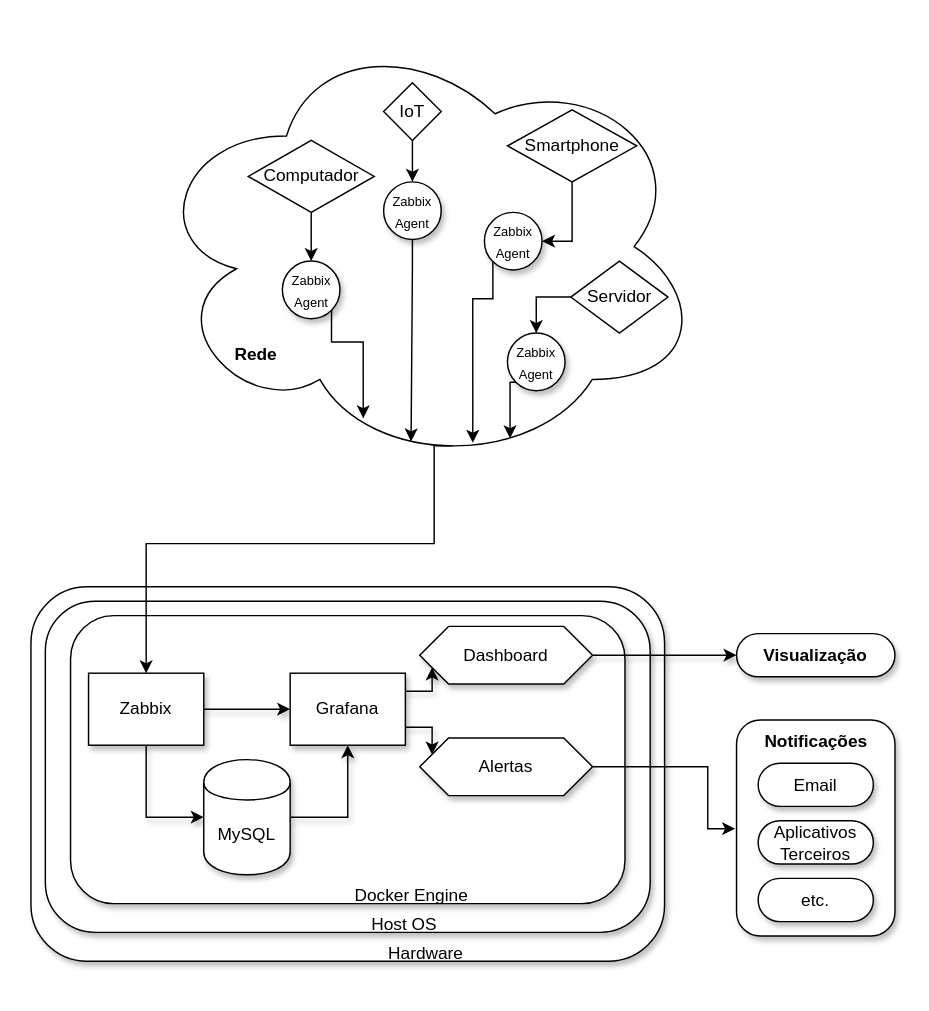
Above: texto/Diagrams/v2-zabbix/v2_diagram_with_layers.drawio in vitorco7/saturmon (draw.io), before the change. Source tidied: cells renumbered, new cells numbered last; positions are measured from the earlier drawing's top-left corner, leaving out a move shared by most shapes. Both pictures are drawn from the tidied source at 144%, with x=0, y=0 at pixel (30, 24).
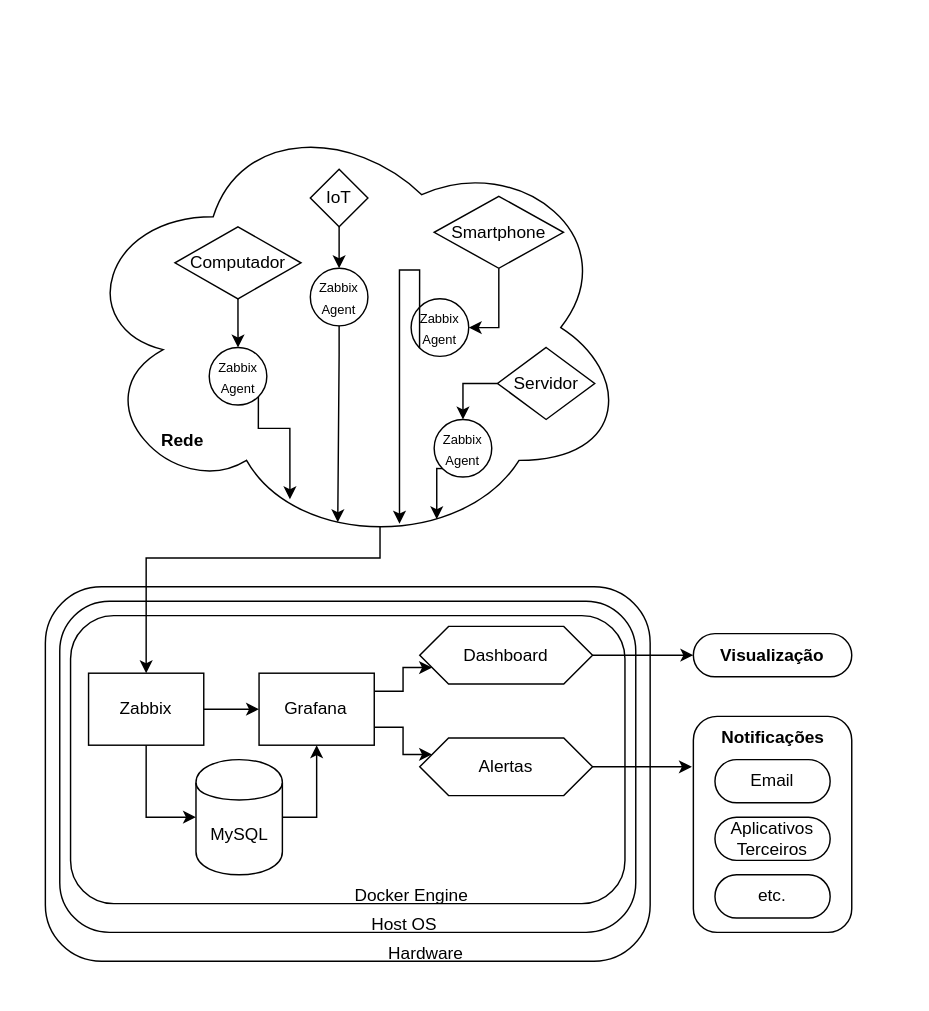
The same page after the edit.

Diff of the diagram source:
```diff
@@
-    <mxCell id="2" style="rounded=1;whiteSpace=wrap;html=1;shadow=1;fixDash=0;backgroundOutline=0;movableLabel=0;fixedWidth=0;comic=0;" parent="1" vertex="1">
-      <mxGeometry y="390" width="440" height="260" as="geometry" />
+    <mxCell id="2" style="rounded=1;whiteSpace=wrap;html=1;shadow=0;fixDash=0;backgroundOutline=0;movableLabel=0;fixedWidth=0;comic=0;" parent="1" vertex="1">
+      <mxGeometry x="10" y="390" width="420" height="260" as="geometry" />
     </mxCell>
-    <mxCell id="3" style="rounded=1;whiteSpace=wrap;html=1;shadow=1;fixDash=0;backgroundOutline=0;movableLabel=0;fixedWidth=0;comic=0;" parent="1" vertex="1">
-      <mxGeometry x="10" y="400" width="420" height="230" as="geometry" />
+    <mxCell id="3" style="rounded=1;whiteSpace=wrap;html=1;shadow=0;fixDash=0;backgroundOutline=0;movableLabel=0;fixedWidth=0;comic=0;" parent="1" vertex="1">
+      <mxGeometry x="20" y="400" width="400" height="230" as="geometry" />
     </mxCell>
-    <mxCell id="4" style="rounded=1;whiteSpace=wrap;html=1;shadow=1;glass=0;perimeterSpacing=1;" parent="1" vertex="1">
+    <mxCell id="4" style="rounded=1;whiteSpace=wrap;html=1;shadow=0;glass=0;perimeterSpacing=1;" parent="1" vertex="1">
       <mxGeometry x="27.5" y="410" width="385" height="200" as="geometry" />
     </mxCell>
     <mxCell id="5" style="edgeStyle=orthogonalEdgeStyle;rounded=0;jettySize=auto;html=1;exitX=0.55;exitY=0.95;exitDx=0;exitDy=0;exitPerimeter=0;entryX=0.5;entryY=0;entryDx=0;entryDy=0;" parent="1" edge="1" source="6" target="9">
       <mxGeometry relative="1" as="geometry">
         <Array as="points">
-          <mxPoint x="280" y="292" />
-          <mxPoint x="280" y="360" />
-          <mxPoint x="80" y="360" />
+          <mxPoint x="242" y="370" />
+          <mxPoint x="80" y="370" />
         </Array>
       </mxGeometry>
     </mxCell>
-    <mxCell id="6" style="ellipse;shape=cloud;whiteSpace=wrap;html=1;rotation=0;" parent="1" vertex="1">
-      <mxGeometry x="80.9" width="386.2" height="307.5" as="geometry" />
+    <mxCell id="6" style="ellipse;shape=cloud;whiteSpace=wrap;html=1;rotation=0;shadow=0;" parent="1" vertex="1">
+      <mxGeometry x="30" y="56.2" width="386.2" height="307.5" as="geometry" />
     </mxCell>
-    <mxCell id="7" style="edgeStyle=orthogonalEdgeStyle;rounded=0;jettySize=auto;html=1;exitX=0.5;exitY=1;exitDx=0;exitDy=0;entryX=0;entryY=0.5;entryDx=0;entryDy=0;shadow=1;" parent="1" edge="1" source="9" target="14">
+    <mxCell id="7" style="edgeStyle=orthogonalEdgeStyle;rounded=0;jettySize=auto;html=1;exitX=0.5;exitY=1;exitDx=0;exitDy=0;entryX=0;entryY=0.5;entryDx=0;entryDy=0;shadow=0;" parent="1" edge="1" source="9" target="14">
       <mxGeometry relative="1" as="geometry" />
     </mxCell>
-    <mxCell id="8" style="edgeStyle=orthogonalEdgeStyle;rounded=0;jettySize=auto;html=1;exitX=1;exitY=0.5;exitDx=0;exitDy=0;entryX=0;entryY=0.5;entryDx=0;entryDy=0;shadow=1;" parent="1" edge="1" source="9" target="12">
+    <mxCell id="8" style="edgeStyle=orthogonalEdgeStyle;rounded=0;jettySize=auto;html=1;exitX=1;exitY=0.5;exitDx=0;exitDy=0;entryX=0;entryY=0.5;entryDx=0;entryDy=0;shadow=0;" parent="1" edge="1" source="9" target="12">
       <mxGeometry relative="1" as="geometry" />
     </mxCell>
-    <mxCell id="9" value="&lt;div&gt;Zabbix&lt;/div&gt;" style="html=1;whiteSpace=wrap;shadow=1;" parent="1" vertex="1">
+    <mxCell id="9" value="&lt;div&gt;Zabbix&lt;/div&gt;" style="html=1;whiteSpace=wrap;shadow=0;" parent="1" vertex="1">
       <mxGeometry x="40" y="450" width="80" height="50" as="geometry" />
     </mxCell>
-    <mxCell id="10" style="edgeStyle=orthogonalEdgeStyle;rounded=0;jettySize=auto;html=1;exitX=1;exitY=0.25;exitDx=0;exitDy=0;entryX=0;entryY=0.75;entryDx=0;entryDy=0;shadow=1;" parent="1" edge="1" source="12" target="15">
+    <mxCell id="10" style="edgeStyle=orthogonalEdgeStyle;rounded=0;jettySize=auto;html=1;exitX=1;exitY=0.25;exitDx=0;exitDy=0;entryX=0;entryY=0.75;entryDx=0;entryDy=0;shadow=0;" parent="1" edge="1" source="12" target="15">
       <mxGeometry relative="1" as="geometry" />
     </mxCell>
-    <mxCell id="11" style="edgeStyle=orthogonalEdgeStyle;rounded=0;jettySize=auto;html=1;exitX=1;exitY=0.75;exitDx=0;exitDy=0;entryX=0;entryY=0.25;entryDx=0;entryDy=0;shadow=1;" parent="1" edge="1" source="12" target="17">
+    <mxCell id="11" style="edgeStyle=orthogonalEdgeStyle;rounded=0;jettySize=auto;html=1;exitX=1;exitY=0.75;exitDx=0;exitDy=0;entryX=0;entryY=0.25;entryDx=0;entryDy=0;shadow=0;" parent="1" edge="1" source="12" target="17">
       <mxGeometry relative="1" as="geometry" />
     </mxCell>
-    <mxCell id="12" value="&lt;div&gt;Grafana&lt;/div&gt;" style="html=1;whiteSpace=wrap;shadow=1;" parent="1" vertex="1">
-      <mxGeometry x="180" y="450" width="80" height="50" as="geometry" />
+    <mxCell id="12" value="&lt;div&gt;Grafana&lt;/div&gt;" style="html=1;whiteSpace=wrap;shadow=0;" parent="1" vertex="1">
+      <mxGeometry x="158.4" y="450" width="80" height="50" as="geometry" />
     </mxCell>
-    <mxCell id="13" style="edgeStyle=orthogonalEdgeStyle;rounded=0;jettySize=auto;html=1;exitX=1;exitY=0.5;exitDx=0;exitDy=0;entryX=0.5;entryY=1;entryDx=0;entryDy=0;shadow=1;" parent="1" edge="1" source="14" target="12">
+    <mxCell id="13" style="edgeStyle=orthogonalEdgeStyle;rounded=0;jettySize=auto;html=1;exitX=1;exitY=0.5;exitDx=0;exitDy=0;entryX=0.5;entryY=1;entryDx=0;entryDy=0;" parent="1" edge="1" source="14" target="12">
       <mxGeometry relative="1" as="geometry" />
     </mxCell>
-    <mxCell id="14" value="MySQL" style="shape=cylinder;whiteSpace=wrap;html=1;boundedLbl=1;backgroundOutline=1;shadow=1;" parent="1" vertex="1">
-      <mxGeometry x="120" y="510" width="60" height="80" as="geometry" />
+    <mxCell id="14" value="MySQL" style="shape=cylinder;whiteSpace=wrap;html=1;boundedLbl=1;backgroundOutline=1;shadow=0;" parent="1" vertex="1">
+      <mxGeometry x="114.6" y="510" width="60" height="80" as="geometry" />
     </mxCell>
-    <mxCell id="15" value="&lt;div&gt;Dashboard&lt;/div&gt;" style="shape=hexagon;perimeter=hexagonPerimeter2;whiteSpace=wrap;html=1;fixedSize=1;shadow=1;" parent="1" vertex="1">
+    <mxCell id="15" value="&lt;div&gt;Dashboard&lt;/div&gt;" style="shape=hexagon;perimeter=hexagonPerimeter2;whiteSpace=wrap;html=1;fixedSize=1;shadow=0;" parent="1" vertex="1">
       <mxGeometry x="270" y="417.5" width="120" height="40" as="geometry" />
     </mxCell>
-    <mxCell id="16" style="edgeStyle=orthogonalEdgeStyle;rounded=0;jettySize=auto;html=1;exitX=1;exitY=0.5;exitDx=0;exitDy=0;" parent="1" edge="1" source="17" target="24">
+    <mxCell id="16" style="edgeStyle=orthogonalEdgeStyle;rounded=0;jettySize=auto;html=1;exitX=1;exitY=0.5;exitDx=0;exitDy=0;shadow=0;" parent="1" edge="1" source="17" target="24">
       <mxGeometry relative="1" as="geometry">
         <Array as="points">
           <mxPoint x="470" y="515" />
           <mxPoint x="470" y="558" />
         </Array>
       </mxGeometry>
     </mxCell>
-    <mxCell id="17" value="&lt;div&gt;Alertas&lt;/div&gt;" style="shape=hexagon;perimeter=hexagonPerimeter2;whiteSpace=wrap;html=1;fixedSize=1;shadow=1;" parent="1" vertex="1">
+    <mxCell id="17" value="&lt;div&gt;Alertas&lt;/div&gt;" style="shape=hexagon;perimeter=hexagonPerimeter2;whiteSpace=wrap;html=1;fixedSize=1;shadow=0;" parent="1" vertex="1">
       <mxGeometry x="270" y="495" width="120" height="40" as="geometry" />
     </mxCell>
-    <mxCell id="18" value="&lt;div&gt;Hardware&lt;/div&gt;" style="text;html=1;align=center;verticalAlign=middle;strokeColor=none;fillColor=none;shadow=1;" parent="1" vertex="1">
+    <mxCell id="18" value="&lt;div&gt;Hardware&lt;/div&gt;" style="text;html=1;align=center;verticalAlign=middle;strokeColor=none;fillColor=none;shadow=0;" parent="1" vertex="1">
       <mxGeometry x="234" y="630" width="80" height="30" as="geometry" />
     </mxCell>
-    <mxCell id="19" value="Host OS" style="text;html=1;align=center;verticalAlign=middle;strokeColor=none;fillColor=none;shadow=1;" parent="1" vertex="1">
+    <mxCell id="19" value="Host OS" style="text;html=1;align=center;verticalAlign=middle;strokeColor=none;fillColor=none;shadow=0;" parent="1" vertex="1">
       <mxGeometry x="224" y="610" width="70" height="30" as="geometry" />
     </mxCell>
-    <mxCell id="20" value="&lt;div&gt;&lt;b&gt;Visualização&lt;/b&gt;&lt;/div&gt;" style="html=1;dashed=0;whiteSpace=wrap;shape=mxgraph.dfd.start;shadow=1;" parent="1" vertex="1">
-      <mxGeometry x="490" y="422.5" width="110" height="30" as="geometry" />
+    <mxCell id="20" value="&lt;div&gt;&lt;b&gt;Visualização&lt;/b&gt;&lt;/div&gt;" style="html=1;dashed=0;whiteSpace=wrap;shape=mxgraph.dfd.start;shadow=0;" parent="1" vertex="1">
+      <mxGeometry x="460" y="422.5" width="110" height="30" as="geometry" />
     </mxCell>
-    <mxCell id="21" style="edgeStyle=orthogonalEdgeStyle;rounded=0;jettySize=auto;html=1;exitX=1;exitY=0.5;exitDx=0;exitDy=0;entryX=0;entryY=0.5;entryDx=0;entryDy=0;entryPerimeter=0;shadow=1;" parent="1" edge="1" source="15" target="20">
+    <mxCell id="21" style="edgeStyle=orthogonalEdgeStyle;rounded=0;jettySize=auto;html=1;exitX=1;exitY=0.5;exitDx=0;exitDy=0;entryX=0;entryY=0.5;entryDx=0;entryDy=0;entryPerimeter=0;shadow=0;" parent="1" edge="1" source="15" target="20">
       <mxGeometry relative="1" as="geometry" />
     </mxCell>
-    <mxCell id="22" value="&lt;div&gt;Docker Engine&lt;/div&gt;" style="text;html=1;align=center;verticalAlign=middle;strokeColor=none;fillColor=none;" parent="1" vertex="1">
+    <mxCell id="22" value="&lt;div&gt;Docker Engine&lt;/div&gt;" style="text;html=1;align=center;verticalAlign=middle;strokeColor=none;fillColor=none;shadow=0;" parent="1" vertex="1">
       <mxGeometry x="214" y="590" width="100" height="30" as="geometry" />
     </mxCell>
-    <mxCell id="23" value="&lt;div&gt;&lt;font style=&quot;font-size: 9px;&quot;&gt;Zabbix Agent&lt;/font&gt;&lt;/div&gt;" style="ellipse;whiteSpace=wrap;html=1;shadow=1;" parent="1" vertex="1">
-      <mxGeometry x="174.6" y="163.8" width="40" height="40" as="geometry" />
+    <mxCell id="23" value="&lt;div&gt;&lt;font style=&quot;font-size: 9px;&quot;&gt;Zabbix Agent&lt;/font&gt;&lt;/div&gt;" style="ellipse;whiteSpace=wrap;html=1;shadow=0;" parent="1" vertex="1">
+      <mxGeometry x="123.8" y="223.8" width="40" height="40" as="geometry" />
     </mxCell>
-    <mxCell id="24" style="rounded=1;whiteSpace=wrap;html=1;shadow=1;glass=0;perimeterSpacing=1;" parent="1" vertex="1">
-      <mxGeometry x="490" y="482.5" width="110" height="150" as="geometry" />
+    <mxCell id="24" style="rounded=1;whiteSpace=wrap;html=1;shadow=0;glass=0;perimeterSpacing=1;" parent="1" vertex="1">
+      <mxGeometry x="460" y="480" width="110" height="150" as="geometry" />
     </mxCell>
-    <mxCell id="25" value="Email" style="html=1;dashed=0;whiteSpace=wrap;shape=mxgraph.dfd.start;shadow=1;" parent="1" vertex="1">
-      <mxGeometry x="505" y="512.5" width="80" height="30" as="geometry" />
+    <mxCell id="25" value="Email" style="html=1;dashed=0;whiteSpace=wrap;shape=mxgraph.dfd.start;shadow=0;" parent="1" vertex="1">
+      <mxGeometry x="475" y="510" width="80" height="30" as="geometry" />
     </mxCell>
-    <mxCell id="26" value="&lt;div&gt;Aplicativos Terceiros&lt;/div&gt;" style="html=1;dashed=0;whiteSpace=wrap;shape=mxgraph.dfd.start;shadow=1;" parent="1" vertex="1">
-      <mxGeometry x="505" y="552.5" width="80" height="30" as="geometry" />
+    <mxCell id="26" value="&lt;div&gt;Aplicativos Terceiros&lt;/div&gt;" style="html=1;dashed=0;whiteSpace=wrap;shape=mxgraph.dfd.start;shadow=0;" parent="1" vertex="1">
+      <mxGeometry x="475" y="550" width="80" height="30" as="geometry" />
     </mxCell>
-    <mxCell id="27" value="&lt;div&gt;etc.&lt;/div&gt;" style="html=1;dashed=0;whiteSpace=wrap;shape=mxgraph.dfd.start;shadow=1;" parent="1" vertex="1">
-      <mxGeometry x="505" y="592.5" width="80" height="30" as="geometry" />
+    <mxCell id="27" value="&lt;div&gt;etc.&lt;/div&gt;" style="html=1;dashed=0;whiteSpace=wrap;shape=mxgraph.dfd.start;shadow=0;" parent="1" vertex="1">
+      <mxGeometry x="475" y="590" width="80" height="30" as="geometry" />
     </mxCell>
-    <mxCell id="28" value="&lt;div&gt;&lt;b&gt;Notificações&lt;/b&gt;&lt;/div&gt;" style="text;html=1;align=center;verticalAlign=middle;strokeColor=none;fillColor=none;" parent="1" vertex="1">
-      <mxGeometry x="500" y="482.5" width="90" height="30" as="geometry" />
+    <mxCell id="28" value="&lt;div&gt;&lt;b&gt;Notificações&lt;/b&gt;&lt;/div&gt;" style="text;html=1;align=center;verticalAlign=middle;strokeColor=none;fillColor=none;shadow=0;" parent="1" vertex="1">
+      <mxGeometry x="470" y="480" width="90" height="30" as="geometry" />
     </mxCell>
-    <mxCell id="29" value="&lt;div&gt;&lt;font style=&quot;font-size: 9px;&quot;&gt;Zabbix Agent&lt;/font&gt;&lt;/div&gt;" style="ellipse;whiteSpace=wrap;html=1;shadow=1;" parent="1" vertex="1">
-      <mxGeometry x="244.9" y="108.8" width="40" height="40" as="geometry" />
+    <mxCell id="29" value="&lt;div&gt;&lt;font style=&quot;font-size: 9px;&quot;&gt;Zabbix Agent&lt;/font&gt;&lt;/div&gt;" style="ellipse;whiteSpace=wrap;html=1;shadow=0;" parent="1" vertex="1">
+      <mxGeometry x="194" y="168.8" width="40" height="40" as="geometry" />
     </mxCell>
-    <mxCell id="30" value="&lt;div&gt;&lt;font style=&quot;font-size: 9px;&quot;&gt;Zabbix Agent&lt;/font&gt;&lt;/div&gt;" style="ellipse;whiteSpace=wrap;html=1;shadow=1;" parent="1" vertex="1">
-      <mxGeometry x="314.9" y="130" width="40" height="40" as="geometry" />
+    <mxCell id="30" value="&lt;div&gt;&lt;font style=&quot;font-size: 9px;&quot;&gt;Zabbix Agent&lt;/font&gt;&lt;/div&gt;" style="ellipse;whiteSpace=wrap;html=1;shadow=0;" parent="1" vertex="1">
+      <mxGeometry x="264" y="190" width="40" height="40" as="geometry" />
     </mxCell>
-    <mxCell id="31" style="edgeStyle=orthogonalEdgeStyle;rounded=0;jettySize=auto;html=1;exitX=0.5;exitY=1;exitDx=0;exitDy=0;entryX=0.5;entryY=0;entryDx=0;entryDy=0;" parent="1" edge="1" source="32" target="23">
+    <mxCell id="31" style="edgeStyle=orthogonalEdgeStyle;rounded=0;jettySize=auto;html=1;exitX=0.5;exitY=1;exitDx=0;exitDy=0;entryX=0.5;entryY=0;entryDx=0;entryDy=0;shadow=0;" parent="1" edge="1" source="32" target="23">
       <mxGeometry relative="1" as="geometry" />
     </mxCell>
-    <mxCell id="32" value="Computador" style="rhombus;whiteSpace=wrap;html=1;" parent="1" vertex="1">
-      <mxGeometry x="150.9" y="80" width="87.5" height="50" as="geometry" />
+    <mxCell id="32" value="Computador" style="rhombus;whiteSpace=wrap;html=1;shadow=0;" parent="1" vertex="1">
+      <mxGeometry x="100" y="140" width="87.5" height="50" as="geometry" />
     </mxCell>
-    <mxCell id="33" style="edgeStyle=orthogonalEdgeStyle;rounded=0;jettySize=auto;html=1;exitX=0;exitY=0.5;exitDx=0;exitDy=0;entryX=0.5;entryY=0;entryDx=0;entryDy=0;" parent="1" edge="1" source="34" target="39">
+    <mxCell id="33" style="edgeStyle=orthogonalEdgeStyle;rounded=0;jettySize=auto;html=1;exitX=0;exitY=0.5;exitDx=0;exitDy=0;entryX=0.5;entryY=0;entryDx=0;entryDy=0;shadow=0;" parent="1" edge="1" source="34" target="39">
       <mxGeometry relative="1" as="geometry" />
     </mxCell>
-    <mxCell id="34" value="&lt;div&gt;Servidor&lt;/div&gt;" style="rhombus;whiteSpace=wrap;html=1;" parent="1" vertex="1">
-      <mxGeometry x="374.9" y="163.8" width="67.5" height="50" as="geometry" />
+    <mxCell id="34" value="&lt;div&gt;Servidor&lt;/div&gt;" style="rhombus;whiteSpace=wrap;html=1;shadow=0;" parent="1" vertex="1">
+      <mxGeometry x="324" y="223.8" width="67.5" height="50" as="geometry" />
     </mxCell>
-    <mxCell id="35" style="edgeStyle=orthogonalEdgeStyle;rounded=0;jettySize=auto;html=1;exitX=0.5;exitY=1;exitDx=0;exitDy=0;entryX=1;entryY=0.5;entryDx=0;entryDy=0;" parent="1" edge="1" source="36" target="30">
+    <mxCell id="35" style="edgeStyle=orthogonalEdgeStyle;rounded=0;jettySize=auto;html=1;exitX=0.5;exitY=1;exitDx=0;exitDy=0;entryX=1;entryY=0.5;entryDx=0;entryDy=0;shadow=0;" parent="1" edge="1" source="36" target="30">
       <mxGeometry relative="1" as="geometry" />
     </mxCell>
-    <mxCell id="36" value="&lt;div&gt;Smartphone&lt;/div&gt;" style="rhombus;whiteSpace=wrap;html=1;" parent="1" vertex="1">
-      <mxGeometry x="330.9" y="58.8" width="89.8" height="50" as="geometry" />
+    <mxCell id="36" value="&lt;div&gt;Smartphone&lt;/div&gt;" style="rhombus;whiteSpace=wrap;html=1;shadow=0;" parent="1" vertex="1">
+      <mxGeometry x="280" y="118.8" width="89.8" height="50" as="geometry" />
     </mxCell>
-    <mxCell id="37" style="edgeStyle=orthogonalEdgeStyle;rounded=0;jettySize=auto;html=1;exitX=0.5;exitY=1;exitDx=0;exitDy=0;entryX=0.5;entryY=0;entryDx=0;entryDy=0;" parent="1" edge="1" source="38" target="29">
+    <mxCell id="37" style="edgeStyle=orthogonalEdgeStyle;rounded=0;jettySize=auto;html=1;exitX=0.5;exitY=1;exitDx=0;exitDy=0;entryX=0.5;entryY=0;entryDx=0;entryDy=0;shadow=0;" parent="1" edge="1" source="38" target="29">
       <mxGeometry relative="1" as="geometry" />
     </mxCell>
-    <mxCell id="38" value="IoT" style="rhombus;whiteSpace=wrap;html=1;" parent="1" vertex="1">
-      <mxGeometry x="244.9" y="40" width="40" height="40" as="geometry" />
+    <mxCell id="38" value="IoT" style="rhombus;whiteSpace=wrap;html=1;shadow=0;" parent="1" vertex="1">
+      <mxGeometry x="194" y="100" width="40" height="40" as="geometry" />
     </mxCell>
-    <mxCell id="39" value="&lt;div&gt;&lt;font style=&quot;font-size: 9px;&quot;&gt;Zabbix Agent&lt;/font&gt;&lt;/div&gt;" style="ellipse;whiteSpace=wrap;html=1;shadow=1;" parent="1" vertex="1">
-      <mxGeometry x="330.9" y="213.8" width="40" height="40" as="geometry" />
+    <mxCell id="39" value="&lt;div&gt;&lt;font style=&quot;font-size: 9px;&quot;&gt;Zabbix Agent&lt;/font&gt;&lt;/div&gt;" style="ellipse;whiteSpace=wrap;html=1;shadow=0;" parent="1" vertex="1">
+      <mxGeometry x="280" y="273.8" width="40" height="40" as="geometry" />
     </mxCell>
-    <mxCell id="40" style="edgeStyle=orthogonalEdgeStyle;rounded=0;jettySize=auto;html=1;exitX=0;exitY=1;exitDx=0;exitDy=0;entryX=0.585;entryY=0.943;entryDx=0;entryDy=0;entryPerimeter=0;" parent="1" edge="1" source="30" target="6">
+    <mxCell id="40" style="edgeStyle=orthogonalEdgeStyle;rounded=0;jettySize=auto;html=1;exitX=0;exitY=1;exitDx=0;exitDy=0;entryX=0.585;entryY=0.943;entryDx=0;entryDy=0;entryPerimeter=0;shadow=0;" parent="1" edge="1" source="30" target="6">
       <mxGeometry relative="1" as="geometry" />
     </mxCell>
-    <mxCell id="41" style="edgeStyle=orthogonalEdgeStyle;rounded=0;jettySize=auto;html=1;exitX=1;exitY=1;exitDx=0;exitDy=0;entryX=0.388;entryY=0.888;entryDx=0;entryDy=0;entryPerimeter=0;" parent="1" edge="1" source="23" target="6">
+    <mxCell id="41" style="edgeStyle=orthogonalEdgeStyle;rounded=0;jettySize=auto;html=1;exitX=1;exitY=1;exitDx=0;exitDy=0;entryX=0.388;entryY=0.888;entryDx=0;entryDy=0;entryPerimeter=0;shadow=0;" parent="1" edge="1" source="23" target="6">
       <mxGeometry relative="1" as="geometry">
         <Array as="points">
-          <mxPoint x="208.9" y="220" />
-          <mxPoint x="230.9" y="220" />
+          <mxPoint x="158" y="280" />
+          <mxPoint x="180" y="280" />
         </Array>
       </mxGeometry>
     </mxCell>
-    <mxCell id="42" style="edgeStyle=orthogonalEdgeStyle;rounded=0;jettySize=auto;html=1;exitX=0;exitY=1;exitDx=0;exitDy=0;entryX=0.652;entryY=0.933;entryDx=0;entryDy=0;entryPerimeter=0;" parent="1" edge="1" source="39" target="6">
+    <mxCell id="42" style="edgeStyle=orthogonalEdgeStyle;rounded=0;jettySize=auto;html=1;exitX=0;exitY=1;exitDx=0;exitDy=0;entryX=0.652;entryY=0.933;entryDx=0;entryDy=0;entryPerimeter=0;shadow=0;" parent="1" edge="1" source="39" target="6">
       <mxGeometry relative="1" as="geometry" />
     </mxCell>
-    <mxCell id="43" style="edgeStyle=orthogonalEdgeStyle;rounded=0;jettySize=auto;html=1;exitX=0.5;exitY=1;exitDx=0;exitDy=0;entryX=0.474;entryY=0.94;entryDx=0;entryDy=0;entryPerimeter=0;" parent="1" edge="1" source="29" target="6">
+    <mxCell id="43" style="edgeStyle=orthogonalEdgeStyle;rounded=0;jettySize=auto;html=1;exitX=0.5;exitY=1;exitDx=0;exitDy=0;entryX=0.474;entryY=0.94;entryDx=0;entryDy=0;entryPerimeter=0;shadow=0;" parent="1" edge="1" source="29" target="6">
       <mxGeometry relative="1" as="geometry" />
     </mxCell>
-    <mxCell id="44" value="&lt;b&gt;Rede&lt;/b&gt;" style="text;html=1;align=center;verticalAlign=middle;strokeColor=none;fillColor=none;" parent="1" vertex="1">
-      <mxGeometry x="130.9" y="213.8" width="50" height="30" as="geometry" />
+    <mxCell id="44" value="&lt;b&gt;Rede&lt;/b&gt;" style="text;html=1;align=center;verticalAlign=middle;strokeColor=none;fillColor=none;shadow=0;" parent="1" vertex="1">
+      <mxGeometry x="80" y="273.8" width="50" height="30" as="geometry" />
     </mxCell>
```
